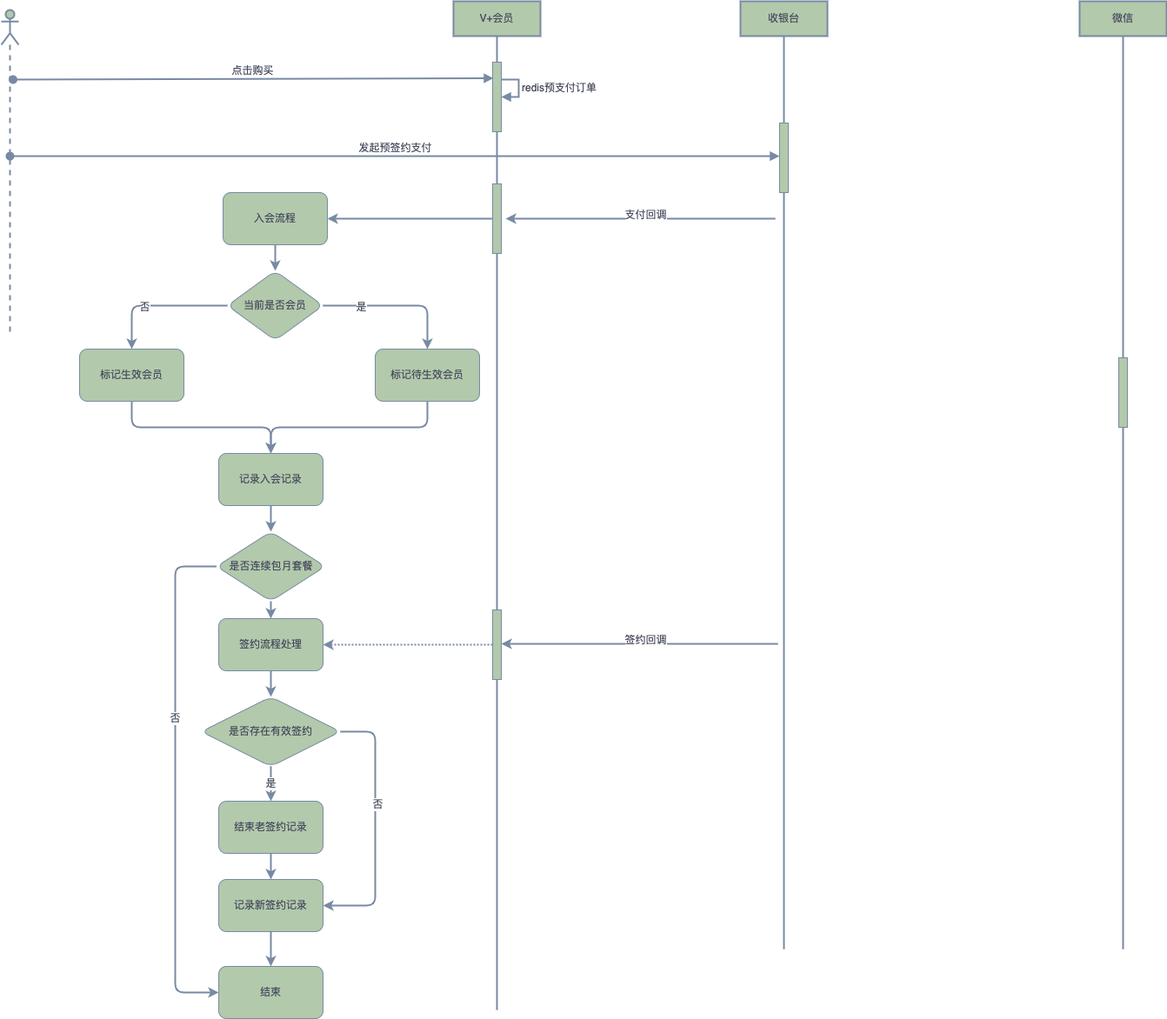
845642761/diagram keeps this draw.io diagram as 连续包月会员.png. Above is the earlier version. Source tidied: cells renumbered, new cells last; positions are measured from the earlier drawing's top-left corner, leaving out a move shared by most shapes.
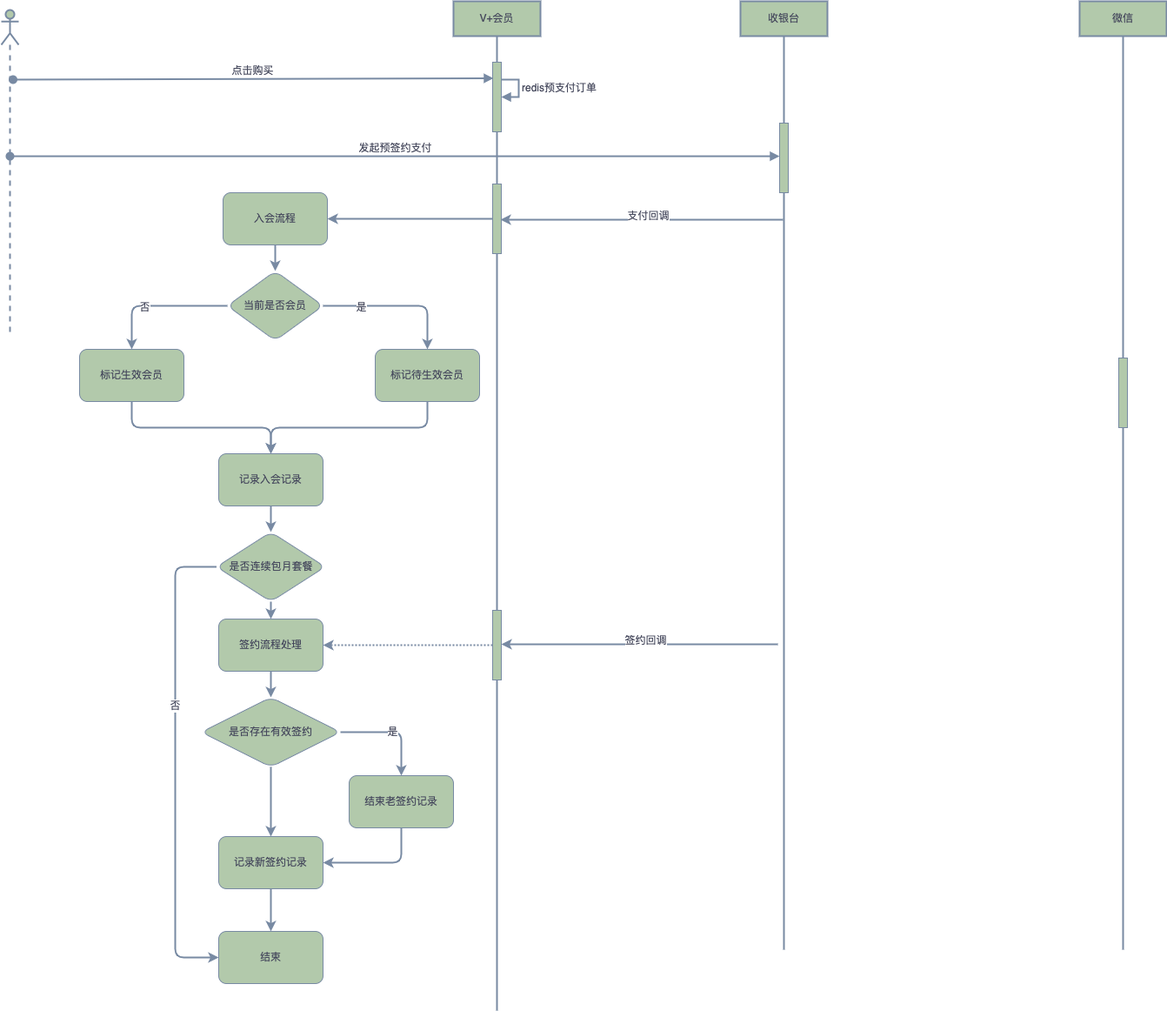
Above is the later version.

Commit message:
更新连续包月会员.png

Change to the diagram source:
```diff
@@ -42,11 +42,8 @@
         <mxPoint x="895" y="178.1" as="targetPoint" />
       </mxGeometry>
     </mxCell>
-    <mxCell id="12" style="endArrow=classic;html=1;rounded=1;sketch=0;fontColor=#46495D;strokeColor=#788AA3;strokeWidth=2;fillColor=#B2C9AB;curved=0;" parent="1" edge="1">
-      <mxGeometry relative="1" as="geometry">
-        <mxPoint x="890" y="250" as="sourcePoint" />
-        <mxPoint x="580" y="250" as="targetPoint" />
-      </mxGeometry>
+    <mxCell id="12" style="endArrow=classic;html=1;rounded=1;sketch=0;fontColor=#46495D;strokeColor=#788AA3;strokeWidth=2;fillColor=#B2C9AB;curved=0;entryX=0.9;entryY=0.513;entryDx=0;entryDy=0;entryPerimeter=0;" parent="1" edge="1" source="9" target="5">
+      <mxGeometry relative="1" as="geometry" />
     </mxCell>
     <mxCell id="13" value="支付回调" style="edgeLabel;html=1;align=center;verticalAlign=middle;fontColor=#46495D;" parent="12" vertex="1">
       <mxGeometry x="-0.13" y="-5" relative="1" as="geometry">
@@ -106,11 +103,11 @@
     <mxCell id="29" value="标记待生效会员" style="whiteSpace=wrap;html=1;fillColor=#B2C9AB;strokeColor=#788AA3;fontColor=#46495D;rounded=1;sketch=0;" parent="1" vertex="1">
       <mxGeometry x="430" y="400" width="120" height="60" as="geometry" />
     </mxCell>
-    <mxCell id="30" style="edgeStyle=orthogonalEdgeStyle;curved=0;rounded=1;sketch=0;jettySize=auto;html=1;entryX=0;entryY=0.5;entryDx=0;entryDy=0;fontColor=#46495D;strokeColor=#788AA3;strokeWidth=2;fillColor=#B2C9AB;exitX=0;exitY=0.5;exitDx=0;exitDy=0;" parent="1" edge="1" source="33" target="34">
+    <mxCell id="30" style="edgeStyle=orthogonalEdgeStyle;curved=0;rounded=1;sketch=0;jettySize=auto;html=1;fontColor=#46495D;strokeColor=#788AA3;strokeWidth=2;fillColor=#B2C9AB;exitX=0;exitY=0.5;exitDx=0;exitDy=0;entryX=0;entryY=0.5;entryDx=0;entryDy=0;" parent="1" edge="1" source="33" target="34">
       <mxGeometry relative="1" as="geometry">
         <Array as="points">
           <mxPoint x="200" y="650" />
-          <mxPoint x="200" y="1140" />
+          <mxPoint x="200" y="1099" />
         </Array>
       </mxGeometry>
     </mxCell>
@@ -126,41 +123,28 @@
       <mxGeometry x="247.5" y="610" width="125" height="80" as="geometry" />
     </mxCell>
     <mxCell id="34" value="结束" style="whiteSpace=wrap;html=1;fillColor=#B2C9AB;strokeColor=#788AA3;fontColor=#46495D;rounded=1;sketch=0;" parent="1" vertex="1">
-      <mxGeometry x="250" y="1110" width="120" height="60" as="geometry" />
+      <mxGeometry x="250" y="1069" width="120" height="60" as="geometry" />
     </mxCell>
-    <mxCell id="35" value="是" style="edgeStyle=orthogonalEdgeStyle;curved=0;rounded=1;sketch=0;jettySize=auto;html=1;fontColor=#46495D;strokeColor=#788AA3;strokeWidth=2;fillColor=#B2C9AB;" parent="1" edge="1" target="40">
-      <mxGeometry relative="1" as="geometry">
-        <mxPoint x="310" y="880" as="sourcePoint" />
-      </mxGeometry>
+    <mxCell id="35" value="是" style="edgeStyle=orthogonalEdgeStyle;curved=0;rounded=1;sketch=0;jettySize=auto;html=1;fontColor=#46495D;strokeColor=#788AA3;strokeWidth=2;fillColor=#B2C9AB;" parent="1" edge="1" source="38" target="40">
+      <mxGeometry relative="1" as="geometry" />
     </mxCell>
-    <mxCell id="36" style="edgeStyle=orthogonalEdgeStyle;curved=0;rounded=1;sketch=0;jettySize=auto;html=1;entryX=1;entryY=0.5;entryDx=0;entryDy=0;fontColor=#46495D;strokeColor=#788AA3;strokeWidth=2;fillColor=#B2C9AB;exitX=1;exitY=0.5;exitDx=0;exitDy=0;" parent="1" edge="1" target="42">
-      <mxGeometry relative="1" as="geometry">
-        <mxPoint x="390" y="840" as="sourcePoint" />
-        <Array as="points">
-          <mxPoint x="430" y="840" />
-          <mxPoint x="430" y="1040" />
-        </Array>
-      </mxGeometry>
-    </mxCell>
-    <mxCell id="37" value="否" style="edgeLabel;html=1;align=center;verticalAlign=middle;fontColor=#46495D;" parent="36" vertex="1">
-      <mxGeometry x="-0.19" y="2" relative="1" as="geometry">
-        <mxPoint y="1" as="offset" />
-      </mxGeometry>
-    </mxCell>
+    <mxCell id="48" style="edgeStyle=orthogonalEdgeStyle;rounded=1;jettySize=auto;html=1;strokeColor=#788AA3;fontColor=#46495D;sketch=0;strokeWidth=2;fillColor=#B2C9AB;" parent="1" edge="1" source="38" target="42">
+      <mxGeometry relative="1" as="geometry" />
+    </mxCell>
     <mxCell id="38" value="是否存在有效签约" style="rhombus;whiteSpace=wrap;html=1;fillColor=#B2C9AB;strokeColor=#788AA3;fontColor=#46495D;rounded=1;sketch=0;" parent="1" vertex="1">
       <mxGeometry x="230" y="800" width="160" height="80" as="geometry" />
     </mxCell>
-    <mxCell id="39" style="edgeStyle=orthogonalEdgeStyle;curved=0;rounded=1;sketch=0;jettySize=auto;html=1;fontColor=#46495D;strokeColor=#788AA3;strokeWidth=2;fillColor=#B2C9AB;exitX=0.5;exitY=1;exitDx=0;exitDy=0;" parent="1" edge="1" source="40" target="42">
+    <mxCell id="39" style="edgeStyle=orthogonalEdgeStyle;curved=0;rounded=1;sketch=0;jettySize=auto;html=1;fontColor=#46495D;strokeColor=#788AA3;strokeWidth=2;fillColor=#B2C9AB;exitX=0.5;exitY=1;exitDx=0;exitDy=0;entryX=1;entryY=0.5;entryDx=0;entryDy=0;" parent="1" edge="1" source="40" target="42">
       <mxGeometry relative="1" as="geometry" />
     </mxCell>
     <mxCell id="40" value="结束老签约记录" style="whiteSpace=wrap;html=1;fillColor=#B2C9AB;strokeColor=#788AA3;fontColor=#46495D;rounded=1;sketch=0;" parent="1" vertex="1">
-      <mxGeometry x="250" y="920" width="120" height="60" as="geometry" />
+      <mxGeometry x="400" y="890" width="120" height="60" as="geometry" />
     </mxCell>
     <mxCell id="41" style="edgeStyle=orthogonalEdgeStyle;curved=0;rounded=1;sketch=0;jettySize=auto;html=1;entryX=0.5;entryY=0;entryDx=0;entryDy=0;fontColor=#46495D;strokeColor=#788AA3;strokeWidth=2;fillColor=#B2C9AB;" parent="1" edge="1" source="42" target="34">
       <mxGeometry relative="1" as="geometry" />
     </mxCell>
     <mxCell id="42" value="记录新签约记录" style="whiteSpace=wrap;html=1;fillColor=#B2C9AB;strokeColor=#788AA3;fontColor=#46495D;rounded=1;sketch=0;" parent="1" vertex="1">
-      <mxGeometry x="250" y="1010" width="120" height="60" as="geometry" />
+      <mxGeometry x="250" y="960" width="120" height="60" as="geometry" />
     </mxCell>
     <mxCell id="43" style="edgeStyle=orthogonalEdgeStyle;curved=0;rounded=1;sketch=0;jettySize=auto;html=1;entryX=0.5;entryY=0;entryDx=0;entryDy=0;fontColor=#46495D;strokeColor=#788AA3;strokeWidth=2;fillColor=#B2C9AB;" parent="1" edge="1" source="44" target="38">
       <mxGeometry relative="1" as="geometry" />
```
